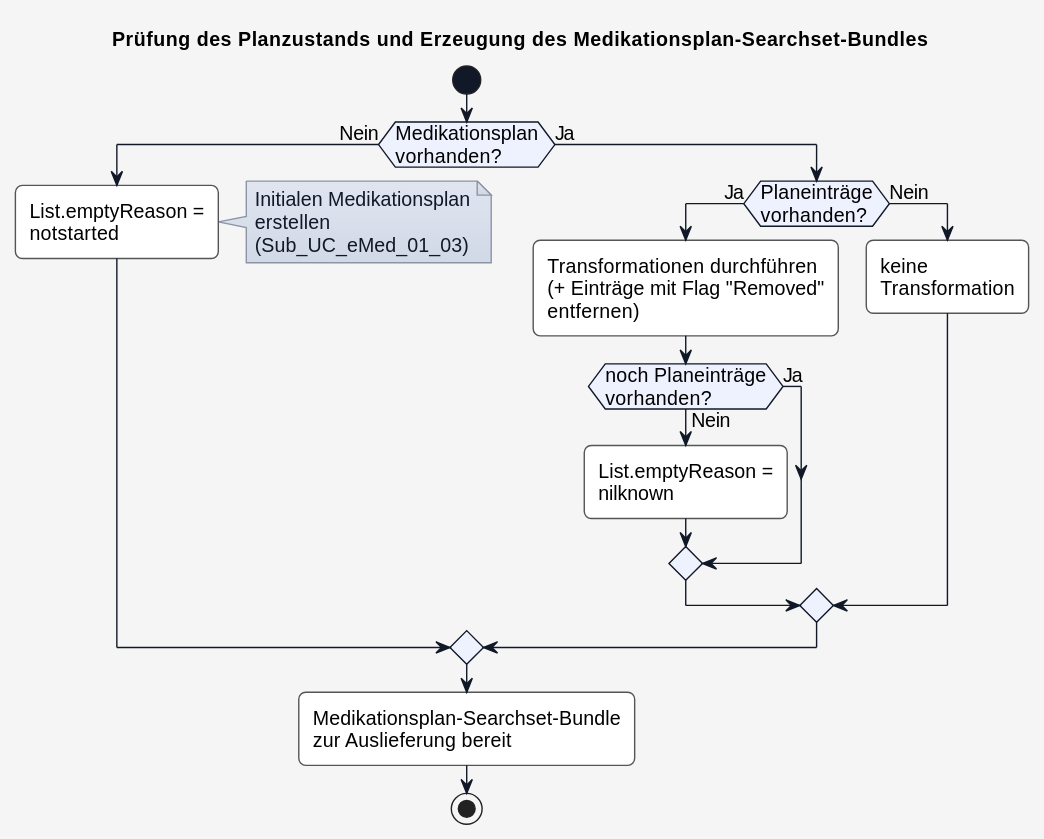
The PlantUML diagram r4-ELGA-e-Medikation-main/plantuml/UC_eMed_01_01_plancheck.svg in HL7Austria/hl7austria.github.io, before a commit.
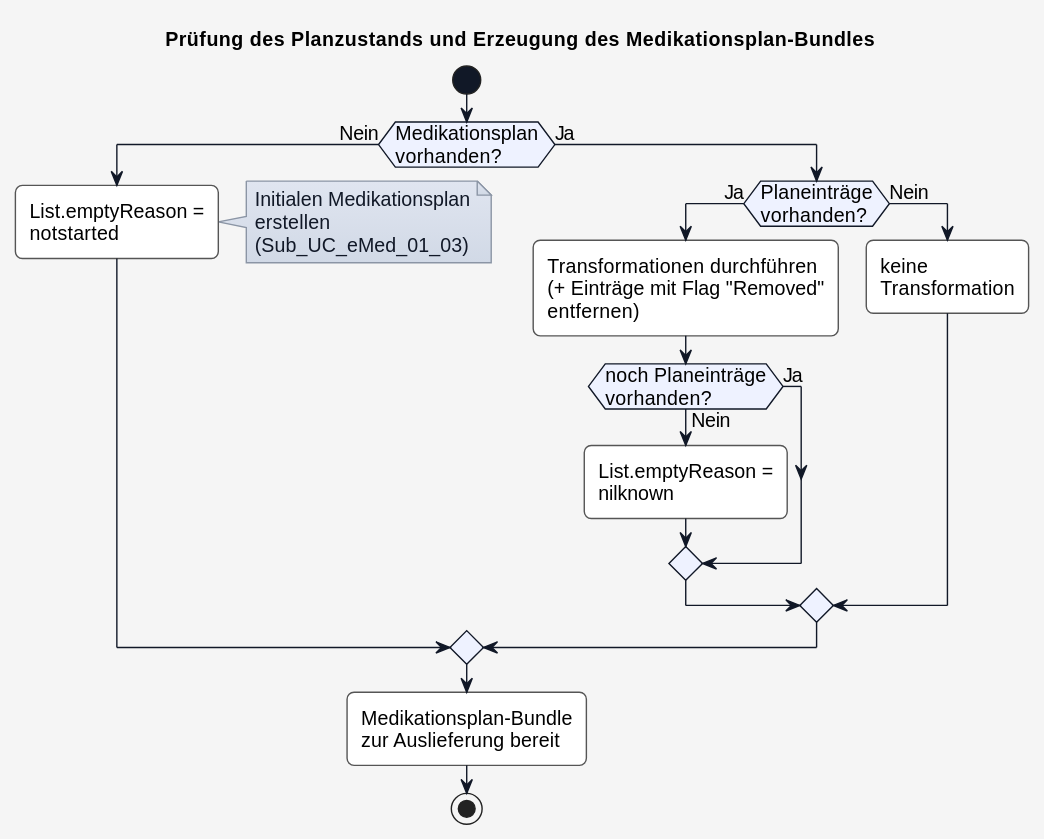
After the change.

The edit, as a diff of the source:
```diff
@@ -1,5 +1,5 @@
 @startuml
-title Prüfung des Planzustands und Erzeugung des Medikationsplan-Searchset-Bundles
+title Prüfung des Planzustands und Erzeugung des Medikationsplan-Bundles
 
 skinparam borderColor #000000
 skinparam backgroundColor #f5f5f5
@@ -72,7 +72,7 @@
 
 endif
 
-:Medikationsplan-Searchset-Bundle\nzur Auslieferung bereit;
+:Medikationsplan-Bundle\nzur Auslieferung bereit;
 
 stop
 @enduml
```
